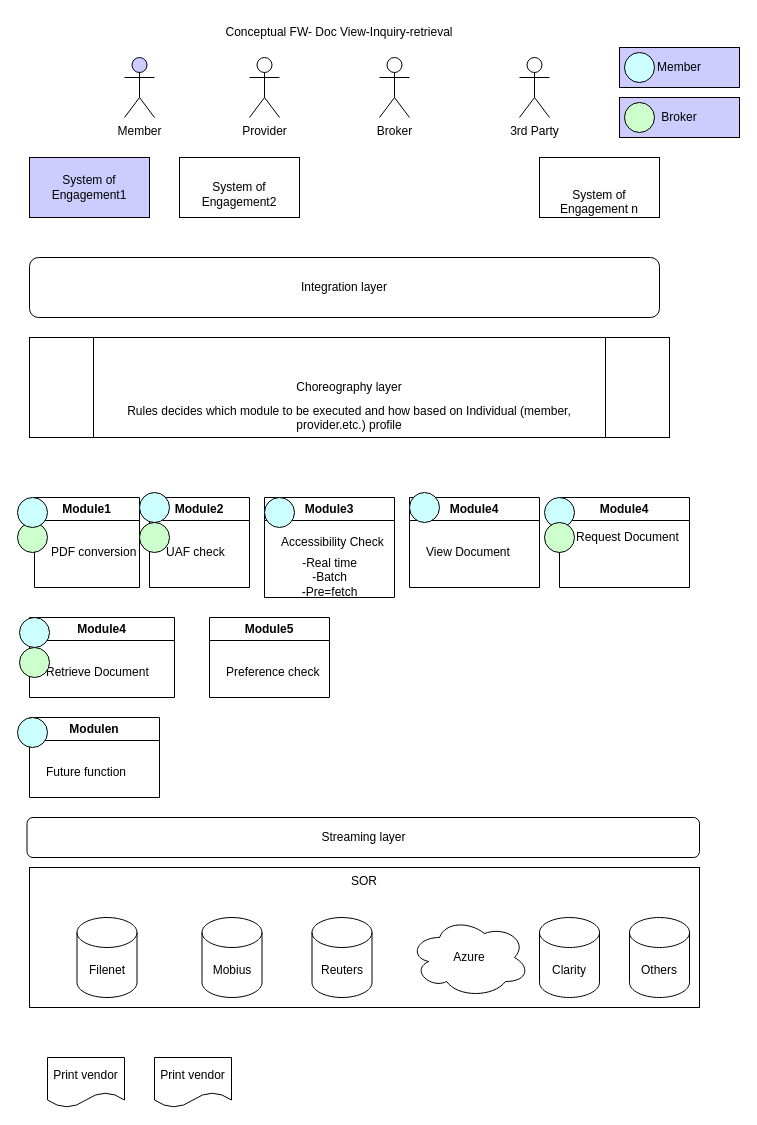
The draw.io diagram Untitled Diagram.drawio in kingshukdash/python-programming-, before the edit. Source tidied: cells renumbered, new cells numbered last; positions are measured from the earlier drawing's top-left corner, leaving out a move shared by most shapes. Both pictures are drawn from the tidied source at 100%, with x=0, y=0 at pixel (17, 17).
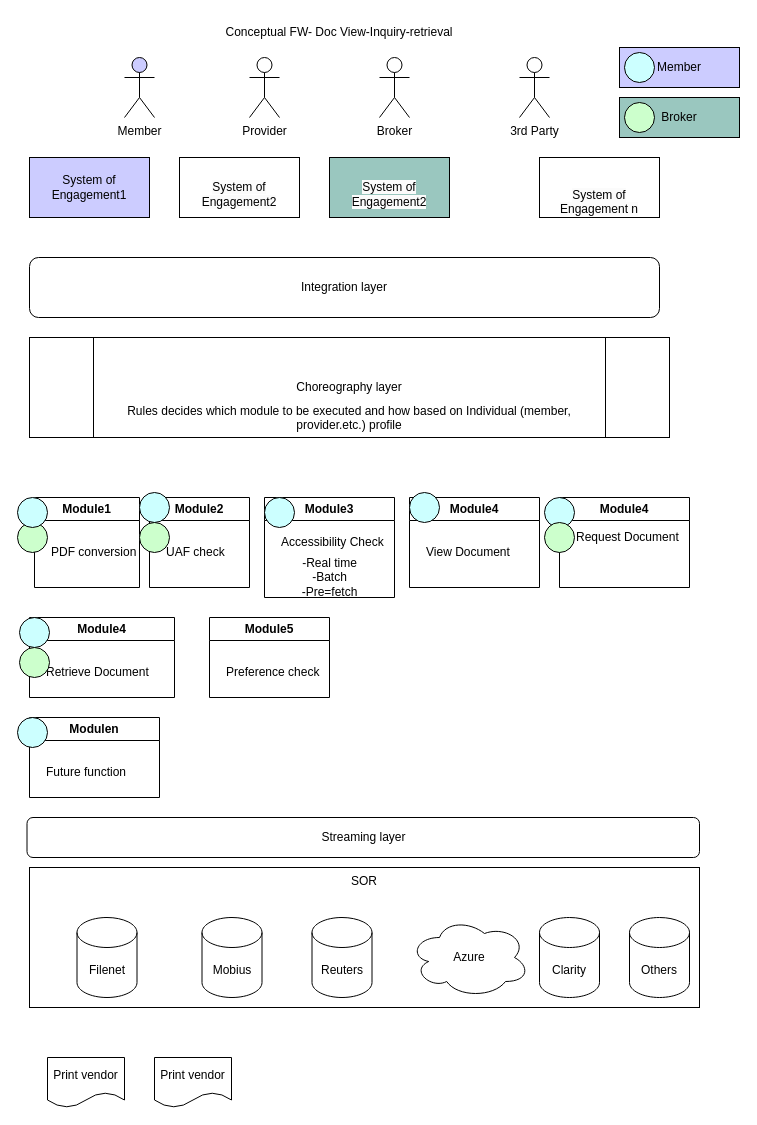
The same page after the edit.

The edit, as a diff of the source:
```diff
@@
-    <mxCell id="50" value="Broker" style="rounded=0;whiteSpace=wrap;html=1;fillColor=#CCCCFF;" parent="1" vertex="1">
+    <mxCell id="50" value="Broker" style="rounded=0;whiteSpace=wrap;html=1;fillColor=#9AC7BF;" parent="1" vertex="1">
       <mxGeometry x="602" y="80" width="120" height="40" as="geometry" />
     </mxCell>
@@
+    <mxCell id="55" value="&lt;br&gt;&lt;span style=&quot;color: rgb(0, 0, 0); font-family: Helvetica; font-size: 12px; font-style: normal; font-variant-ligatures: normal; font-variant-caps: normal; font-weight: 400; letter-spacing: normal; orphans: 2; text-align: center; text-indent: 0px; text-transform: none; widows: 2; word-spacing: 0px; -webkit-text-stroke-width: 0px; background-color: rgb(251, 251, 251); text-decoration-thickness: initial; text-decoration-style: initial; text-decoration-color: initial; float: none; display: inline !important;&quot;&gt;System of Engagement2&lt;/span&gt;&lt;br&gt;" style="rounded=0;whiteSpace=wrap;html=1;fillColor=#9AC7BF;" parent="1" vertex="1">
+      <mxGeometry x="312" y="140" width="120" height="60" as="geometry" />
+    </mxCell>
```
